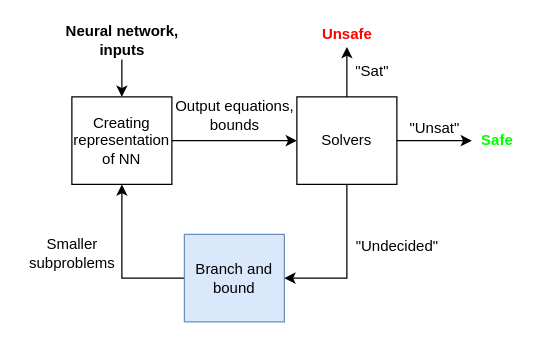
This is Copy of Algorithm2.drawio from DaveHudiny/DaveHudiny, a draw.io file, before an edit. Source tidied: cells renumbered, new cells numbered last; positions are measured from the earlier drawing's top-left corner, leaving out a move shared by most shapes. Both pictures are drawn from the tidied source at 125%, with x=0, y=0 at pixel (21, 21).
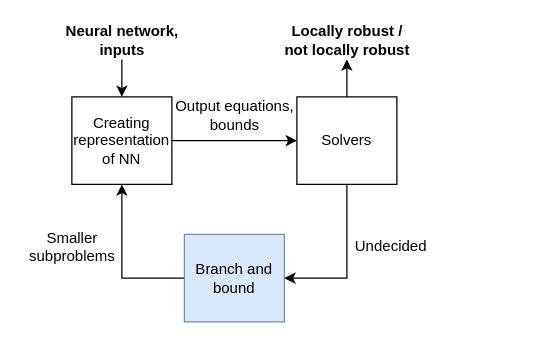
After the change.

Unchanged cells that the change refers to:
```xml
<mxCell id="9" value="Solvers" style="rounded=0;whiteSpace=wrap;html=1;" parent="1" vertex="1">
  <mxGeometry x="220" y="60" width="80" height="70" as="geometry" />
</mxCell>
```

Change to the diagram source:
```diff
@@
-    <mxCell id="6" style="edgeStyle=orthogonalEdgeStyle;rounded=0;jettySize=auto;html=1;fontColor=#00FF00;exitX=0.5;exitY=0;exitDx=0;exitDy=0;" parent="1" edge="1" source="9">
-      <mxGeometry relative="1" as="geometry">
-        <mxPoint x="260" y="20" as="targetPoint" />
-      </mxGeometry>
+    <mxCell id="6" style="edgeStyle=orthogonalEdgeStyle;rounded=0;jettySize=auto;html=1;fontColor=#00FF00;exitX=0.5;exitY=0;exitDx=0;exitDy=0;" parent="1" edge="1" source="9" target="14">
+      <mxGeometry relative="1" as="geometry" />
     </mxCell>
@@
-    <mxCell id="8" style="edgeStyle=orthogonalEdgeStyle;rounded=0;jettySize=auto;html=1;fontColor=#000000;" parent="1" edge="1" source="9" target="13">
-      <mxGeometry relative="1" as="geometry" />
-    </mxCell>
@@
-    <mxCell id="12" value="&quot;Unsat&quot;" style="text;html=1;align=center;verticalAlign=middle;strokeColor=none;fillColor=none;fontColor=#000000;" parent="1" vertex="1">
-      <mxGeometry x="300" y="75" width="60" height="20" as="geometry" />
-    </mxCell>
-    <mxCell id="13" value="Safe" style="text;html=1;align=center;verticalAlign=middle;points=[];strokeColor=none;fillColor=none;fontColor=#00FF00;fontStyle=1;" parent="1" vertex="1">
-      <mxGeometry x="360" y="85" width="40" height="20" as="geometry" />
-    </mxCell>
-    <mxCell id="14" value="&lt;font color=&quot;#ff0000&quot;&gt;&lt;b&gt;Unsafe&lt;/b&gt;&lt;/font&gt;" style="text;html=1;align=center;verticalAlign=middle;points=[];strokeColor=none;fillColor=none;fontColor=#00FF00;" parent="1" vertex="1">
-      <mxGeometry x="230" width="60" height="20" as="geometry" />
+    <mxCell id="14" value="&lt;b&gt;&lt;font color=&quot;#000000&quot;&gt;Locally robust /&lt;br&gt;not locally robust&lt;br&gt;&lt;/font&gt;&lt;/b&gt;" style="text;html=1;align=center;verticalAlign=middle;points=[];strokeColor=none;fillColor=none;fontColor=#00FF00;" parent="1" vertex="1">
+      <mxGeometry x="200" width="120" height="30" as="geometry" />
     </mxCell>
-    <mxCell id="15" value="&lt;font color=&quot;#000000&quot;&gt;&quot;Sat&quot;&lt;/font&gt;" style="text;html=1;align=center;verticalAlign=middle;strokeColor=none;fillColor=none;fontColor=#FFFF00;" parent="1" vertex="1">
-      <mxGeometry x="260" y="30" width="40" height="20" as="geometry" />
-    </mxCell>
@@
     <mxCell id="17" value="Smaller &lt;br&gt;subproblems" style="text;html=1;align=center;verticalAlign=middle;strokeColor=none;fillColor=none;" parent="1" vertex="1">
-      <mxGeometry y="170" width="80" height="30" as="geometry" />
+      <mxGeometry y="165" width="80" height="30" as="geometry" />
     </mxCell>
-    <mxCell id="18" value="&quot;Undecided&quot;" style="text;html=1;align=center;verticalAlign=middle;strokeColor=none;fillColor=none;" parent="1" vertex="1">
-      <mxGeometry x="260" y="170" width="80" height="20" as="geometry" />
+    <mxCell id="18" value="Undecided" style="text;html=1;align=center;verticalAlign=middle;strokeColor=none;fillColor=none;" parent="1" vertex="1">
+      <mxGeometry x="260" y="170" width="70" height="20" as="geometry" />
     </mxCell>
```
